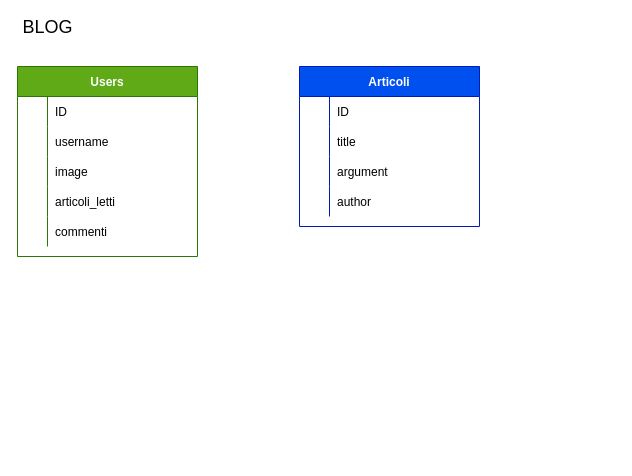
The draw.io diagram diagram.drawio in lorismatteri/php-oop-2, before the edit. Source tidied: cells renumbered, new cells numbered last; positions are measured from the earlier drawing's top-left corner, leaving out a move shared by most shapes. Both pictures are drawn from the tidied source at 100%, with x=0, y=0 at pixel (17, 20).
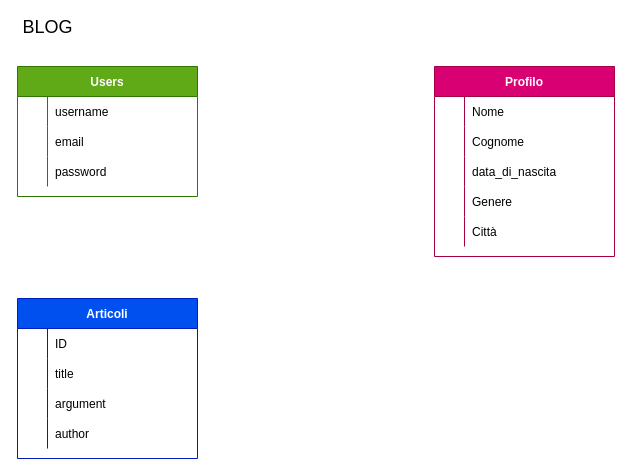
After the change.

The edit, as a diff of the source:
```diff
@@
     <mxCell id="2" value="Users" style="shape=table;startSize=30;childLayout=tableLayout;rowLines=0;fontStyle=1;align=center;strokeColor=#2D7600;fillColor=#60a917;fontColor=#ffffff;" parent="1" vertex="1">
-      <mxGeometry y="46" width="180" height="190" as="geometry" />
+      <mxGeometry y="46" width="180" height="130" as="geometry" />
     </mxCell>
-    <mxCell id="3" style="shape=partialRectangle;fillColor=none;top=0;left=0;bottom=0;right=0;strokeColor=#000000;" parent="2" vertex="1">
-      <mxGeometry y="30" width="180" height="30" as="geometry" />
-    </mxCell>
-    <mxCell id="4" style="shape=partialRectangle;fillColor=none;top=0;left=0;bottom=0;right=0;overflow=hidden;" parent="3" vertex="1">
-      <mxGeometry width="30" height="30" as="geometry" />
-    </mxCell>
-    <mxCell id="5" value="ID" style="shape=partialRectangle;fillColor=none;top=0;left=0;bottom=0;right=0;align=left;spacingLeft=6;overflow=hidden;fontColor=#000000;" parent="3" vertex="1">
-      <mxGeometry x="30" width="150" height="30" as="geometry" />
-    </mxCell>
     <mxCell id="6" style="shape=partialRectangle;fillColor=none;top=0;left=0;bottom=0;right=0;strokeColor=#000000;" parent="2" vertex="1">
-      <mxGeometry y="60" width="180" height="30" as="geometry" />
+      <mxGeometry y="30" width="180" height="30" as="geometry" />
     </mxCell>
@@
     <mxCell id="9" style="shape=partialRectangle;fillColor=none;top=0;left=0;bottom=0;right=0;strokeColor=#000000;" parent="2" vertex="1">
-      <mxGeometry y="90" width="180" height="30" as="geometry" />
+      <mxGeometry y="60" width="180" height="30" as="geometry" />
     </mxCell>
@@
-    <mxCell id="11" value="image" style="shape=partialRectangle;fillColor=none;top=0;left=0;bottom=0;right=0;align=left;spacingLeft=6;overflow=hidden;fontColor=#000000;" parent="9" vertex="1">
+    <mxCell id="11" value="email" style="shape=partialRectangle;fillColor=none;top=0;left=0;bottom=0;right=0;align=left;spacingLeft=6;overflow=hidden;fontColor=#000000;" parent="9" vertex="1">
       <mxGeometry x="30" width="150" height="30" as="geometry" />
     </mxCell>
     <mxCell id="12" style="shape=partialRectangle;fillColor=none;top=0;left=0;bottom=0;right=0;strokeColor=#000000;" parent="2" vertex="1">
-      <mxGeometry y="120" width="180" height="30" as="geometry" />
+      <mxGeometry y="90" width="180" height="30" as="geometry" />
     </mxCell>
@@
-    <mxCell id="14" value="articoli_letti" style="shape=partialRectangle;fillColor=none;top=0;left=0;bottom=0;right=0;align=left;spacingLeft=6;overflow=hidden;fontColor=#000000;" parent="12" vertex="1">
+    <mxCell id="14" value="password" style="shape=partialRectangle;fillColor=none;top=0;left=0;bottom=0;right=0;align=left;spacingLeft=6;overflow=hidden;fontColor=#000000;" parent="12" vertex="1">
       <mxGeometry x="30" width="150" height="30" as="geometry" />
     </mxCell>
-    <mxCell id="15" style="shape=partialRectangle;fillColor=none;top=0;left=0;bottom=0;right=0;strokeColor=#000000;" parent="2" vertex="1">
-      <mxGeometry y="150" width="180" height="30" as="geometry" />
-    </mxCell>
-    <mxCell id="16" style="shape=partialRectangle;fillColor=none;top=0;left=0;bottom=0;right=0;overflow=hidden;" parent="15" vertex="1">
-      <mxGeometry width="30" height="30" as="geometry" />
-    </mxCell>
-    <mxCell id="17" value="commenti" style="shape=partialRectangle;fillColor=none;top=0;left=0;bottom=0;right=0;align=left;spacingLeft=6;overflow=hidden;fontColor=#000000;" parent="15" vertex="1">
-      <mxGeometry x="30" width="150" height="30" as="geometry" />
-    </mxCell>
@@
     <mxCell id="19" value="Articoli" style="shape=table;startSize=30;childLayout=tableLayout;rowLines=0;fontStyle=1;align=center;strokeColor=#001DBC;fillColor=#0050ef;fontColor=#ffffff;" parent="1" vertex="1">
-      <mxGeometry x="282" y="46" width="180" height="160" as="geometry" />
+      <mxGeometry y="278" width="180" height="160" as="geometry" />
     </mxCell>
@@
+    <mxCell id="32" value="Profilo" style="shape=table;startSize=30;childLayout=tableLayout;rowLines=0;fontStyle=1;align=center;fillColor=#d80073;strokeColor=#A50040;fontColor=#ffffff;" parent="1" vertex="1">
+      <mxGeometry x="417" y="46" width="180" height="190" as="geometry" />
+    </mxCell>
+    <mxCell id="33" style="shape=partialRectangle;fillColor=none;top=0;left=0;bottom=0;right=0;" parent="32" vertex="1">
+      <mxGeometry y="30" width="180" height="30" as="geometry" />
+    </mxCell>
+    <mxCell id="34" style="shape=partialRectangle;fillColor=none;top=0;left=0;bottom=0;right=0;overflow=hidden;" parent="33" vertex="1">
+      <mxGeometry width="30" height="30" as="geometry" />
+    </mxCell>
+    <mxCell id="35" value="Nome" style="shape=partialRectangle;fillColor=none;top=0;left=0;bottom=0;right=0;align=left;spacingLeft=6;overflow=hidden;fontColor=#000000;" parent="33" vertex="1">
+      <mxGeometry x="30" width="150" height="30" as="geometry" />
+    </mxCell>
+    <mxCell id="36" style="shape=partialRectangle;fillColor=none;top=0;left=0;bottom=0;right=0;" parent="32" vertex="1">
+      <mxGeometry y="60" width="180" height="30" as="geometry" />
+    </mxCell>
+    <mxCell id="37" style="shape=partialRectangle;fillColor=none;top=0;left=0;bottom=0;right=0;overflow=hidden;" parent="36" vertex="1">
+      <mxGeometry width="30" height="30" as="geometry" />
+    </mxCell>
+    <mxCell id="38" value="Cognome" style="shape=partialRectangle;fillColor=none;top=0;left=0;bottom=0;right=0;align=left;spacingLeft=6;overflow=hidden;fontColor=#000000;" parent="36" vertex="1">
+      <mxGeometry x="30" width="150" height="30" as="geometry" />
+    </mxCell>
+    <mxCell id="39" style="shape=partialRectangle;fillColor=none;top=0;left=0;bottom=0;right=0;" parent="32" vertex="1">
+      <mxGeometry y="90" width="180" height="30" as="geometry" />
+    </mxCell>
+    <mxCell id="40" style="shape=partialRectangle;fillColor=none;top=0;left=0;bottom=0;right=0;overflow=hidden;" parent="39" vertex="1">
+      <mxGeometry width="30" height="30" as="geometry" />
+    </mxCell>
+    <mxCell id="41" value="data_di_nascita" style="shape=partialRectangle;fillColor=none;top=0;left=0;bottom=0;right=0;align=left;spacingLeft=6;overflow=hidden;fontColor=#000000;" parent="39" vertex="1">
+      <mxGeometry x="30" width="150" height="30" as="geometry" />
+    </mxCell>
+    <mxCell id="42" style="shape=partialRectangle;fillColor=none;top=0;left=0;bottom=0;right=0;" parent="32" vertex="1">
+      <mxGeometry y="120" width="180" height="30" as="geometry" />
+    </mxCell>
+    <mxCell id="43" style="shape=partialRectangle;fillColor=none;top=0;left=0;bottom=0;right=0;overflow=hidden;" parent="42" vertex="1">
+      <mxGeometry width="30" height="30" as="geometry" />
+    </mxCell>
+    <mxCell id="44" value="Genere" style="shape=partialRectangle;fillColor=none;top=0;left=0;bottom=0;right=0;align=left;spacingLeft=6;overflow=hidden;fontColor=#000000;" parent="42" vertex="1">
+      <mxGeometry x="30" width="150" height="30" as="geometry" />
+    </mxCell>
+    <mxCell id="45" style="shape=partialRectangle;fillColor=none;top=0;left=0;bottom=0;right=0;" parent="32" vertex="1">
+      <mxGeometry y="150" width="180" height="30" as="geometry" />
+    </mxCell>
+    <mxCell id="46" style="shape=partialRectangle;fillColor=none;top=0;left=0;bottom=0;right=0;overflow=hidden;" parent="45" vertex="1">
+      <mxGeometry width="30" height="30" as="geometry" />
+    </mxCell>
+    <mxCell id="47" value="Città" style="shape=partialRectangle;fillColor=none;top=0;left=0;bottom=0;right=0;align=left;spacingLeft=6;overflow=hidden;fontColor=#000000;" parent="45" vertex="1">
+      <mxGeometry x="30" width="150" height="30" as="geometry" />
+    </mxCell>
```
